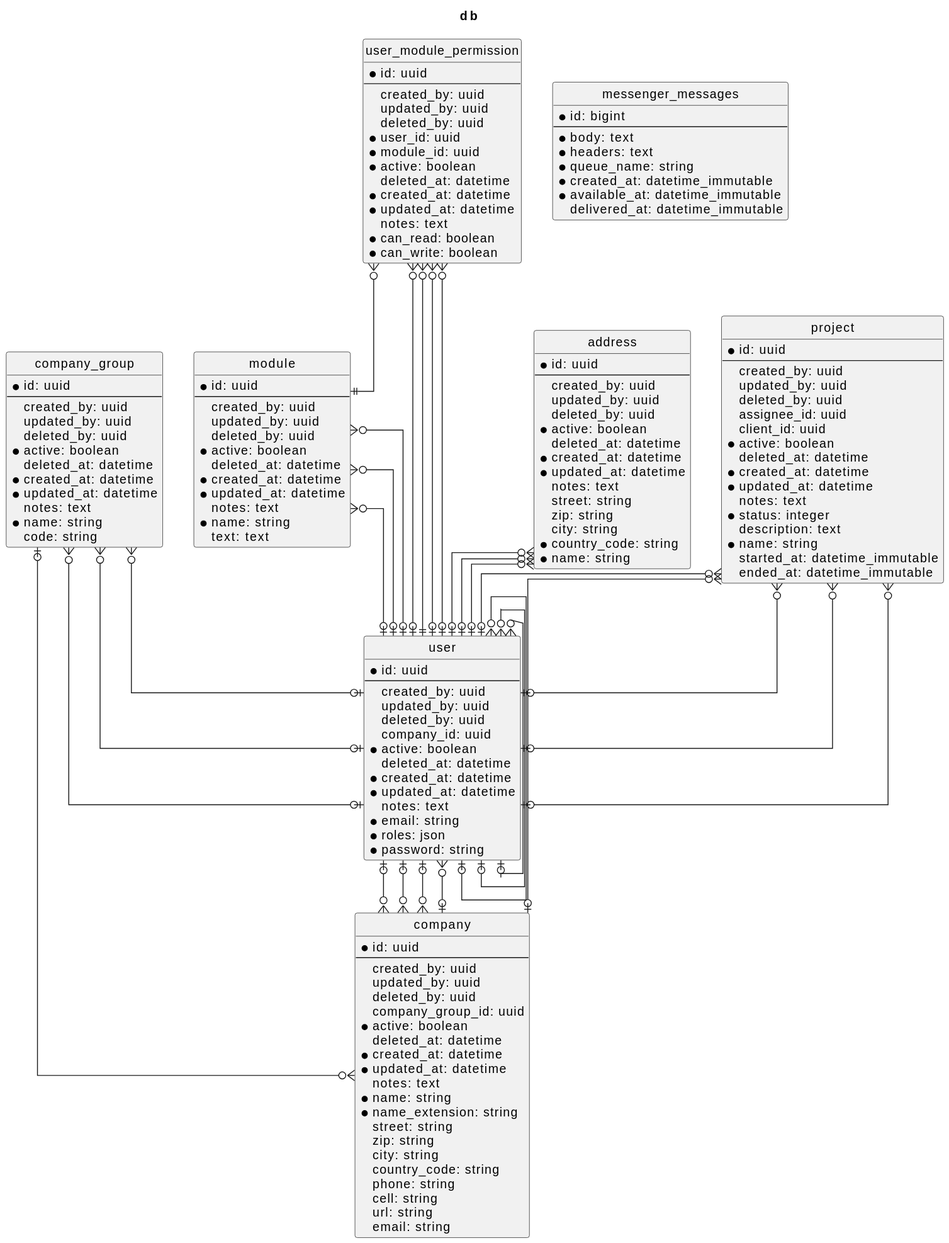
The PlantUML diagram assets/docs/diagram-er.svg in cschorr/symfony-core-bundle, before a commit.
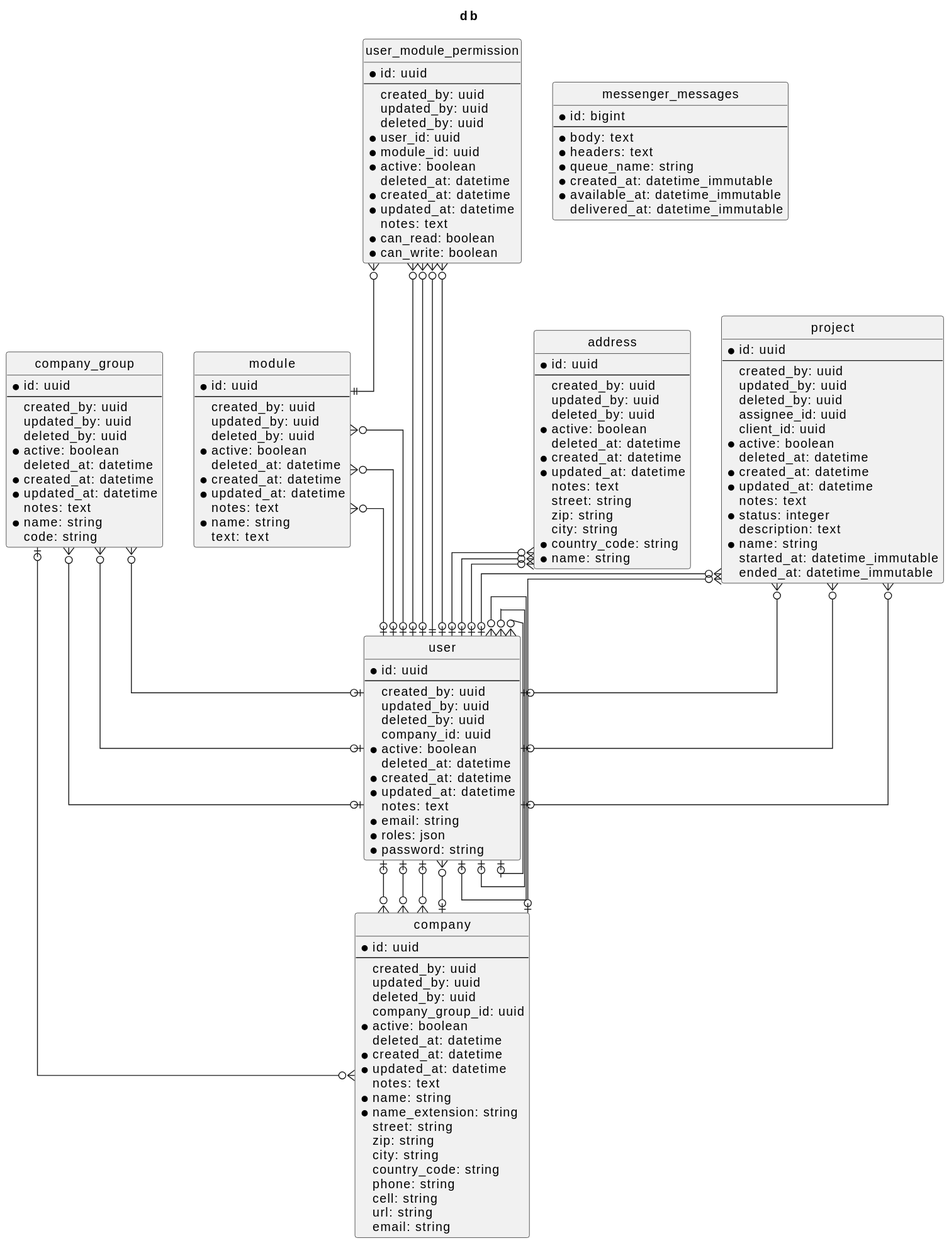
The same file after the commit.

Change to the diagram source:
```diff
@@ -137,23 +137,23 @@
 company_group }o--o| user
 company_group }o--o| user
 company_group }o--o| user
+project }o--o| company
 project }o--o| user
 project }o--o| user
 project }o--o| user
-project }o--o| company
 project }o--o| user
 module }o--o| user
 module }o--o| user
 module }o--o| user
 company }o--o| user
+company }o--o| user
 company }o--o| company_group
 company }o--o| user
-company }o--o| user
+user_module_permission }o--o| user
 user_module_permission }o--o| user
 user_module_permission }o--|| user
 user_module_permission }o--o| user
 user_module_permission }o--|| module
-user_module_permission }o--o| user
 user }o--o| company
 user }o--o| user
 user }o--o| user
```
